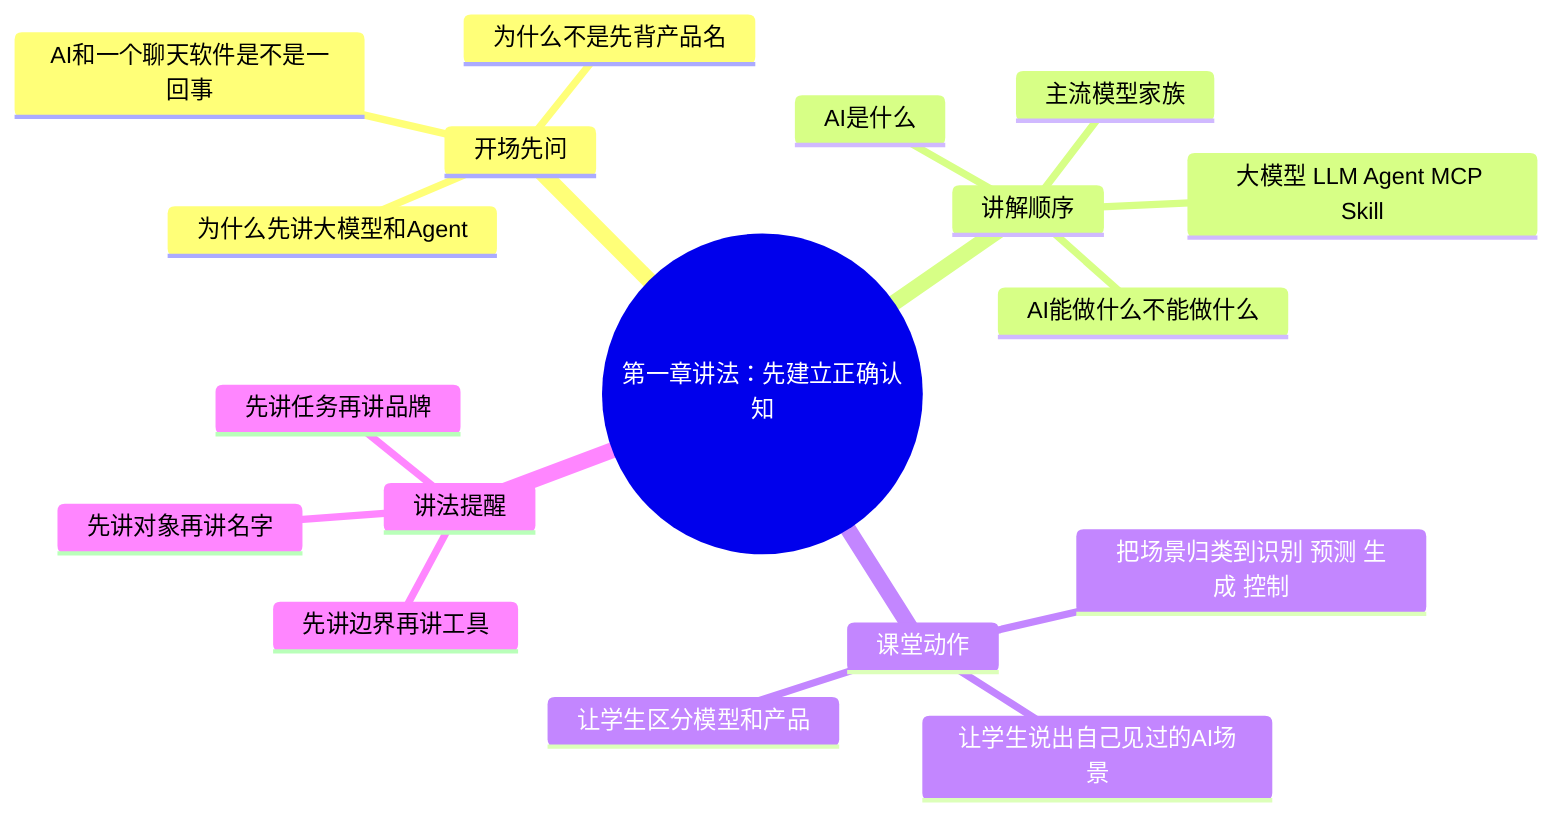
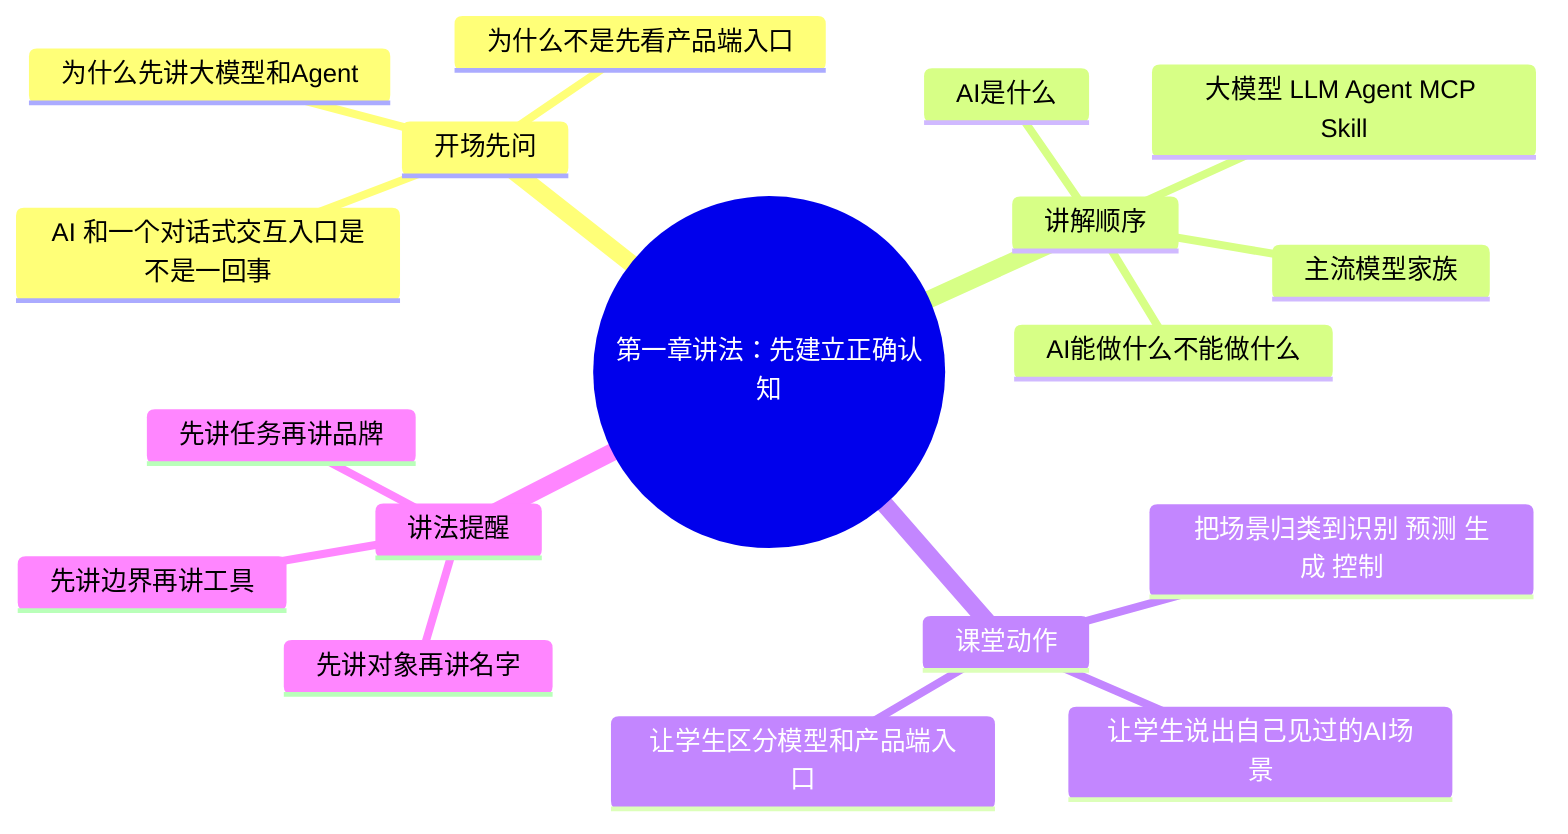
- mindmap
+ ﻿mindmap
  root((第一章讲法：先建立正确认知))
    开场先问
-       AI和一个聊天软件是不是一回事
+       AI 和一个对话式交互入口是不是一回事
      为什么先讲大模型和Agent
-       为什么不是先背产品名
+       为什么不是先看产品端入口
    讲解顺序
      AI是什么
      大模型 LLM Agent MCP Skill
      主流模型家族
      AI能做什么不能做什么
    课堂动作
      让学生说出自己见过的AI场景
      把场景归类到识别 预测 生成 控制
-       让学生区分模型和产品
+       让学生区分模型和产品端入口
    讲法提醒
      先讲边界再讲工具
      先讲对象再讲名字
      先讲任务再讲品牌
